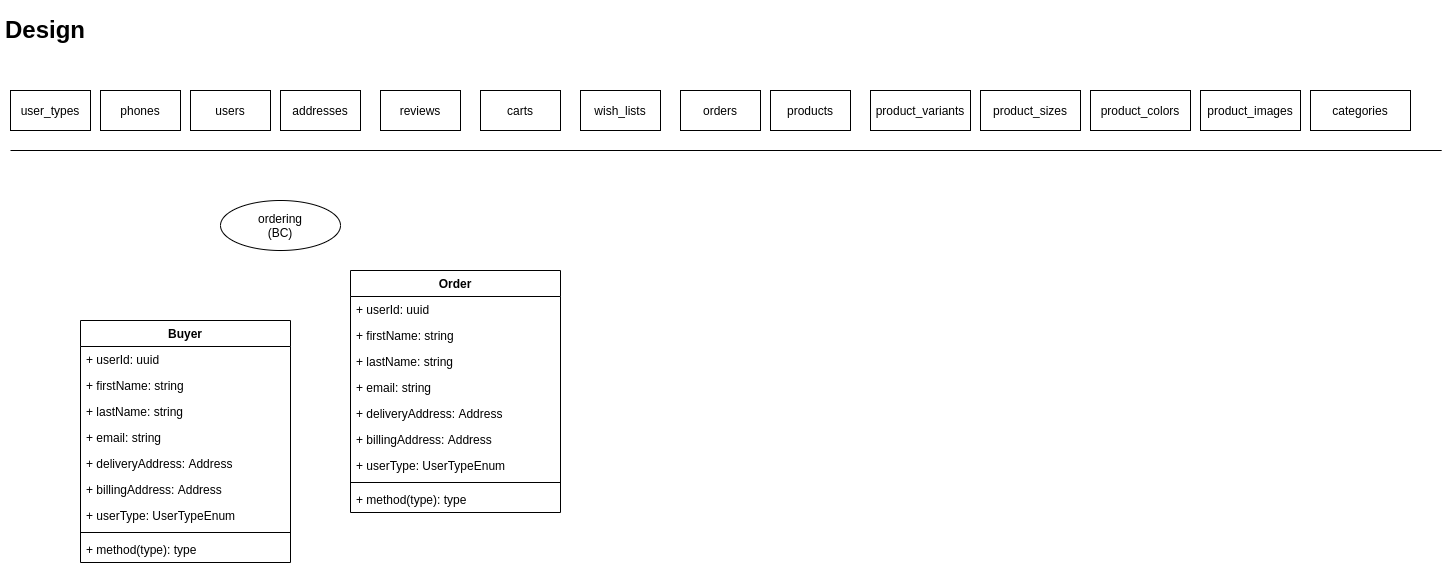
Earlier version of the draw.io export backend-uml.png (stsiwo/e-commerce-starter-kits). Source tidied: cells renumbered, new cells last; positions are measured from the earlier drawing's top-left corner, leaving out a move shared by most shapes. Its diagram source:
```xml
<mxGraphModel background="#FFFFFF">
  <root>
    <mxCell id="0" />
    <mxCell id="1" parent="0" />
    <mxCell id="2" value="&lt;h1&gt;Design&lt;/h1&gt;&lt;p&gt;&lt;br&gt;&lt;/p&gt;" style="text;html=1;strokeColor=none;fillColor=none;spacing=5;spacingTop=-20;whiteSpace=wrap;overflow=hidden;rounded=0;" parent="1" vertex="1">
      <mxGeometry width="90" height="40" as="geometry" />
    </mxCell>
    <mxCell id="3" style="endArrow=none;html=1;" parent="1" edge="1">
      <mxGeometry relative="1" as="geometry">
        <mxPoint x="10" y="140" as="sourcePoint" />
        <mxPoint x="1441.2" y="140" as="targetPoint" />
      </mxGeometry>
    </mxCell>
    <mxCell id="4" value="user_types" style="rounded=0;whiteSpace=wrap;html=1;" parent="1" vertex="1">
      <mxGeometry x="10" y="80" width="80" height="40" as="geometry" />
    </mxCell>
    <mxCell id="5" value="phones" style="rounded=0;whiteSpace=wrap;html=1;" parent="1" vertex="1">
      <mxGeometry x="100" y="80" width="80" height="40" as="geometry" />
    </mxCell>
    <mxCell id="6" value="users" style="rounded=0;whiteSpace=wrap;html=1;" parent="1" vertex="1">
      <mxGeometry x="190" y="80" width="80" height="40" as="geometry" />
    </mxCell>
    <mxCell id="7" value="addresses" style="rounded=0;whiteSpace=wrap;html=1;" parent="1" vertex="1">
      <mxGeometry x="280" y="80" width="80" height="40" as="geometry" />
    </mxCell>
    <mxCell id="8" value="reviews" style="rounded=0;whiteSpace=wrap;html=1;" parent="1" vertex="1">
      <mxGeometry x="380" y="80" width="80" height="40" as="geometry" />
    </mxCell>
    <mxCell id="9" value="carts" style="rounded=0;whiteSpace=wrap;html=1;" parent="1" vertex="1">
      <mxGeometry x="480" y="80" width="80" height="40" as="geometry" />
    </mxCell>
    <mxCell id="10" value="wish_lists" style="rounded=0;whiteSpace=wrap;html=1;" parent="1" vertex="1">
      <mxGeometry x="580" y="80" width="80" height="40" as="geometry" />
    </mxCell>
    <mxCell id="11" value="orders" style="rounded=0;whiteSpace=wrap;html=1;" parent="1" vertex="1">
      <mxGeometry x="680" y="80" width="80" height="40" as="geometry" />
    </mxCell>
    <mxCell id="12" value="products" style="rounded=0;whiteSpace=wrap;html=1;" parent="1" vertex="1">
      <mxGeometry x="770" y="80" width="80" height="40" as="geometry" />
    </mxCell>
    <mxCell id="13" value="product_variants" style="rounded=0;whiteSpace=wrap;html=1;" parent="1" vertex="1">
      <mxGeometry x="870" y="80" width="100" height="40" as="geometry" />
    </mxCell>
    <mxCell id="14" value="product_sizes" style="rounded=0;whiteSpace=wrap;html=1;" parent="1" vertex="1">
      <mxGeometry x="980" y="80" width="100" height="40" as="geometry" />
    </mxCell>
    <mxCell id="15" value="product_colors" style="rounded=0;whiteSpace=wrap;html=1;" parent="1" vertex="1">
      <mxGeometry x="1090" y="80" width="100" height="40" as="geometry" />
    </mxCell>
    <mxCell id="16" value="product_images" style="rounded=0;whiteSpace=wrap;html=1;" parent="1" vertex="1">
      <mxGeometry x="1200" y="80" width="100" height="40" as="geometry" />
    </mxCell>
    <mxCell id="17" value="categories" style="rounded=0;whiteSpace=wrap;html=1;" parent="1" vertex="1">
      <mxGeometry x="1310" y="80" width="100" height="40" as="geometry" />
    </mxCell>
    <mxCell id="18" value="ordering&lt;br&gt;(BC)" style="ellipse;whiteSpace=wrap;html=1;" parent="1" vertex="1">
      <mxGeometry x="220" y="190" width="120" height="50" as="geometry" />
    </mxCell>
    <mxCell id="19" value="Buyer" style="swimlane;fontStyle=1;align=center;verticalAlign=top;horizontal=1;startSize=26;" parent="1" vertex="1">
      <mxGeometry x="80" y="310" width="210" height="242" as="geometry" />
    </mxCell>
    <mxCell id="20" value="+ userId: uuid " style="text;strokeColor=none;fillColor=none;align=left;verticalAlign=top;spacingLeft=4;spacingRight=4;overflow=hidden;" parent="19" vertex="1">
      <mxGeometry y="26" width="210" height="26" as="geometry" />
    </mxCell>
    <mxCell id="21" value="+ firstName: string" style="text;strokeColor=none;fillColor=none;align=left;verticalAlign=top;spacingLeft=4;spacingRight=4;overflow=hidden;" parent="19" vertex="1">
      <mxGeometry y="52" width="210" height="26" as="geometry" />
    </mxCell>
    <mxCell id="22" value="+ lastName: string" style="text;strokeColor=none;fillColor=none;align=left;verticalAlign=top;spacingLeft=4;spacingRight=4;overflow=hidden;" parent="19" vertex="1">
      <mxGeometry y="78" width="210" height="26" as="geometry" />
    </mxCell>
    <mxCell id="23" value="+ email: string" style="text;strokeColor=none;fillColor=none;align=left;verticalAlign=top;spacingLeft=4;spacingRight=4;overflow=hidden;" parent="19" vertex="1">
      <mxGeometry y="104" width="210" height="26" as="geometry" />
    </mxCell>
    <mxCell id="24" value="+ deliveryAddress: Address" style="text;strokeColor=none;fillColor=none;align=left;verticalAlign=top;spacingLeft=4;spacingRight=4;overflow=hidden;" parent="19" vertex="1">
      <mxGeometry y="130" width="210" height="26" as="geometry" />
    </mxCell>
    <mxCell id="25" value="+ billingAddress: Address" style="text;strokeColor=none;fillColor=none;align=left;verticalAlign=top;spacingLeft=4;spacingRight=4;overflow=hidden;" parent="19" vertex="1">
      <mxGeometry y="156" width="210" height="26" as="geometry" />
    </mxCell>
    <mxCell id="26" value="+ userType: UserTypeEnum" style="text;strokeColor=none;fillColor=none;align=left;verticalAlign=top;spacingLeft=4;spacingRight=4;overflow=hidden;" parent="19" vertex="1">
      <mxGeometry y="182" width="210" height="26" as="geometry" />
    </mxCell>
    <mxCell id="27" style="line;strokeWidth=1;fillColor=none;align=left;verticalAlign=middle;spacingTop=-1;spacingLeft=3;spacingRight=3;labelPosition=right;" parent="19" vertex="1">
      <mxGeometry y="208" width="210" height="8" as="geometry" />
    </mxCell>
    <mxCell id="28" value="+ method(type): type" style="text;strokeColor=none;fillColor=none;align=left;verticalAlign=top;spacingLeft=4;spacingRight=4;overflow=hidden;" parent="19" vertex="1">
      <mxGeometry y="216" width="210" height="26" as="geometry" />
    </mxCell>
    <mxCell id="29" value="Order" style="swimlane;fontStyle=1;align=center;verticalAlign=top;horizontal=1;startSize=26;" parent="1" vertex="1">
      <mxGeometry x="350" y="260" width="210" height="242" as="geometry" />
    </mxCell>
    <mxCell id="30" value="+ userId: uuid " style="text;strokeColor=none;fillColor=none;align=left;verticalAlign=top;spacingLeft=4;spacingRight=4;overflow=hidden;" parent="29" vertex="1">
      <mxGeometry y="26" width="210" height="26" as="geometry" />
    </mxCell>
    <mxCell id="31" value="+ firstName: string" style="text;strokeColor=none;fillColor=none;align=left;verticalAlign=top;spacingLeft=4;spacingRight=4;overflow=hidden;" parent="29" vertex="1">
      <mxGeometry y="52" width="210" height="26" as="geometry" />
    </mxCell>
    <mxCell id="32" value="+ lastName: string" style="text;strokeColor=none;fillColor=none;align=left;verticalAlign=top;spacingLeft=4;spacingRight=4;overflow=hidden;" parent="29" vertex="1">
      <mxGeometry y="78" width="210" height="26" as="geometry" />
    </mxCell>
    <mxCell id="33" value="+ email: string" style="text;strokeColor=none;fillColor=none;align=left;verticalAlign=top;spacingLeft=4;spacingRight=4;overflow=hidden;" parent="29" vertex="1">
      <mxGeometry y="104" width="210" height="26" as="geometry" />
    </mxCell>
    <mxCell id="34" value="+ deliveryAddress: Address" style="text;strokeColor=none;fillColor=none;align=left;verticalAlign=top;spacingLeft=4;spacingRight=4;overflow=hidden;" parent="29" vertex="1">
      <mxGeometry y="130" width="210" height="26" as="geometry" />
    </mxCell>
    <mxCell id="35" value="+ billingAddress: Address" style="text;strokeColor=none;fillColor=none;align=left;verticalAlign=top;spacingLeft=4;spacingRight=4;overflow=hidden;" parent="29" vertex="1">
      <mxGeometry y="156" width="210" height="26" as="geometry" />
    </mxCell>
    <mxCell id="36" value="+ userType: UserTypeEnum" style="text;strokeColor=none;fillColor=none;align=left;verticalAlign=top;spacingLeft=4;spacingRight=4;overflow=hidden;" parent="29" vertex="1">
      <mxGeometry y="182" width="210" height="26" as="geometry" />
    </mxCell>
    <mxCell id="37" style="line;strokeWidth=1;fillColor=none;align=left;verticalAlign=middle;spacingTop=-1;spacingLeft=3;spacingRight=3;labelPosition=right;" parent="29" vertex="1">
      <mxGeometry y="208" width="210" height="8" as="geometry" />
    </mxCell>
    <mxCell id="38" value="+ method(type): type" style="text;strokeColor=none;fillColor=none;align=left;verticalAlign=top;spacingLeft=4;spacingRight=4;overflow=hidden;" parent="29" vertex="1">
      <mxGeometry y="216" width="210" height="26" as="geometry" />
    </mxCell>
  </root>
</mxGraphModel>
```
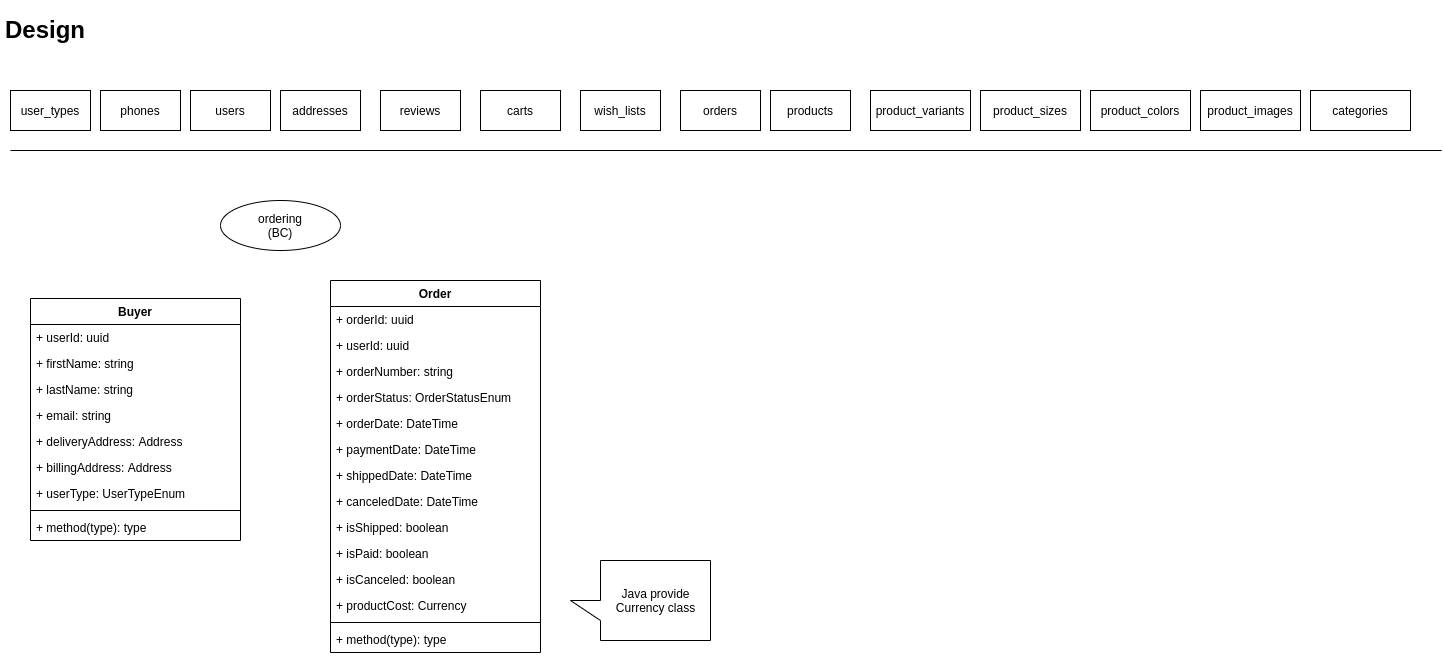
After the change.

The edit, as a diff of the source:
```diff
@@ -57,7 +57,7 @@
       <mxGeometry x="220" y="190" width="120" height="50" as="geometry" />
     </mxCell>
     <mxCell id="19" value="Buyer" style="swimlane;fontStyle=1;align=center;verticalAlign=top;horizontal=1;startSize=26;" parent="1" vertex="1">
-      <mxGeometry x="80" y="310" width="210" height="242" as="geometry" />
+      <mxGeometry x="30" y="288" width="210" height="242" as="geometry" />
     </mxCell>
     <mxCell id="20" value="+ userId: uuid " style="text;strokeColor=none;fillColor=none;align=left;verticalAlign=top;spacingLeft=4;spacingRight=4;overflow=hidden;" parent="19" vertex="1">
       <mxGeometry y="26" width="210" height="26" as="geometry" />
@@ -87,34 +87,52 @@
       <mxGeometry y="216" width="210" height="26" as="geometry" />
     </mxCell>
     <mxCell id="29" value="Order" style="swimlane;fontStyle=1;align=center;verticalAlign=top;horizontal=1;startSize=26;" parent="1" vertex="1">
-      <mxGeometry x="350" y="260" width="210" height="242" as="geometry" />
+      <mxGeometry x="330" y="270" width="210" height="372" as="geometry" />
     </mxCell>
-    <mxCell id="30" value="+ userId: uuid " style="text;strokeColor=none;fillColor=none;align=left;verticalAlign=top;spacingLeft=4;spacingRight=4;overflow=hidden;" parent="29" vertex="1">
+    <mxCell id="30" value="+ orderId: uuid " style="text;strokeColor=none;fillColor=none;align=left;verticalAlign=top;spacingLeft=4;spacingRight=4;overflow=hidden;" parent="29" vertex="1">
       <mxGeometry y="26" width="210" height="26" as="geometry" />
     </mxCell>
-    <mxCell id="31" value="+ firstName: string" style="text;strokeColor=none;fillColor=none;align=left;verticalAlign=top;spacingLeft=4;spacingRight=4;overflow=hidden;" parent="29" vertex="1">
+    <mxCell id="31" value="+ userId: uuid" style="text;strokeColor=none;fillColor=none;align=left;verticalAlign=top;spacingLeft=4;spacingRight=4;overflow=hidden;" parent="29" vertex="1">
       <mxGeometry y="52" width="210" height="26" as="geometry" />
     </mxCell>
-    <mxCell id="32" value="+ lastName: string" style="text;strokeColor=none;fillColor=none;align=left;verticalAlign=top;spacingLeft=4;spacingRight=4;overflow=hidden;" parent="29" vertex="1">
+    <mxCell id="32" value="+ orderNumber: string" style="text;strokeColor=none;fillColor=none;align=left;verticalAlign=top;spacingLeft=4;spacingRight=4;overflow=hidden;" parent="29" vertex="1">
       <mxGeometry y="78" width="210" height="26" as="geometry" />
     </mxCell>
-    <mxCell id="33" value="+ email: string" style="text;strokeColor=none;fillColor=none;align=left;verticalAlign=top;spacingLeft=4;spacingRight=4;overflow=hidden;" parent="29" vertex="1">
+    <mxCell id="33" value="+ orderStatus: OrderStatusEnum" style="text;strokeColor=none;fillColor=none;align=left;verticalAlign=top;spacingLeft=4;spacingRight=4;overflow=hidden;" parent="29" vertex="1">
       <mxGeometry y="104" width="210" height="26" as="geometry" />
     </mxCell>
-    <mxCell id="34" value="+ deliveryAddress: Address" style="text;strokeColor=none;fillColor=none;align=left;verticalAlign=top;spacingLeft=4;spacingRight=4;overflow=hidden;" parent="29" vertex="1">
+    <mxCell id="34" value="+ orderDate: DateTime" style="text;strokeColor=none;fillColor=none;align=left;verticalAlign=top;spacingLeft=4;spacingRight=4;overflow=hidden;" parent="29" vertex="1">
       <mxGeometry y="130" width="210" height="26" as="geometry" />
     </mxCell>
-    <mxCell id="35" value="+ billingAddress: Address" style="text;strokeColor=none;fillColor=none;align=left;verticalAlign=top;spacingLeft=4;spacingRight=4;overflow=hidden;" parent="29" vertex="1">
+    <mxCell id="35" value="+ paymentDate: DateTime" style="text;strokeColor=none;fillColor=none;align=left;verticalAlign=top;spacingLeft=4;spacingRight=4;overflow=hidden;" parent="29" vertex="1">
       <mxGeometry y="156" width="210" height="26" as="geometry" />
     </mxCell>
-    <mxCell id="36" value="+ userType: UserTypeEnum" style="text;strokeColor=none;fillColor=none;align=left;verticalAlign=top;spacingLeft=4;spacingRight=4;overflow=hidden;" parent="29" vertex="1">
+    <mxCell id="36" value="+ shippedDate: DateTime" style="text;strokeColor=none;fillColor=none;align=left;verticalAlign=top;spacingLeft=4;spacingRight=4;overflow=hidden;" parent="29" vertex="1">
       <mxGeometry y="182" width="210" height="26" as="geometry" />
     </mxCell>
+    <mxCell id="39" value="+ canceledDate: DateTime" style="text;strokeColor=none;fillColor=none;align=left;verticalAlign=top;spacingLeft=4;spacingRight=4;overflow=hidden;" parent="29" vertex="1">
+      <mxGeometry y="208" width="210" height="26" as="geometry" />
+    </mxCell>
+    <mxCell id="40" value="+ isShipped: boolean" style="text;strokeColor=none;fillColor=none;align=left;verticalAlign=top;spacingLeft=4;spacingRight=4;overflow=hidden;" parent="29" vertex="1">
+      <mxGeometry y="234" width="210" height="26" as="geometry" />
+    </mxCell>
+    <mxCell id="41" value="+ isPaid: boolean" style="text;strokeColor=none;fillColor=none;align=left;verticalAlign=top;spacingLeft=4;spacingRight=4;overflow=hidden;" parent="29" vertex="1">
+      <mxGeometry y="260" width="210" height="26" as="geometry" />
+    </mxCell>
+    <mxCell id="42" value="+ isCanceled: boolean" style="text;strokeColor=none;fillColor=none;align=left;verticalAlign=top;spacingLeft=4;spacingRight=4;overflow=hidden;" parent="29" vertex="1">
+      <mxGeometry y="286" width="210" height="26" as="geometry" />
+    </mxCell>
+    <mxCell id="43" value="+ productCost: Currency" style="text;strokeColor=none;fillColor=none;align=left;verticalAlign=top;spacingLeft=4;spacingRight=4;overflow=hidden;" parent="29" vertex="1">
+      <mxGeometry y="312" width="210" height="26" as="geometry" />
+    </mxCell>
     <mxCell id="37" style="line;strokeWidth=1;fillColor=none;align=left;verticalAlign=middle;spacingTop=-1;spacingLeft=3;spacingRight=3;labelPosition=right;" parent="29" vertex="1">
-      <mxGeometry y="208" width="210" height="8" as="geometry" />
+      <mxGeometry y="338" width="210" height="8" as="geometry" />
     </mxCell>
     <mxCell id="38" value="+ method(type): type" style="text;strokeColor=none;fillColor=none;align=left;verticalAlign=top;spacingLeft=4;spacingRight=4;overflow=hidden;" parent="29" vertex="1">
-      <mxGeometry y="216" width="210" height="26" as="geometry" />
+      <mxGeometry y="346" width="210" height="26" as="geometry" />
     </mxCell>
+    <mxCell id="44" value="Java provide &lt;a href=&quot;https://stackoverflow.com/questions/8148684/what-data-type-to-use-for-money-in-java&quot;&gt;Currency class&lt;/a&gt;" style="shape=callout;whiteSpace=wrap;html=1;perimeter=calloutPerimeter;direction=south;" parent="1" vertex="1">
+      <mxGeometry x="570" y="550" width="140" height="80" as="geometry" />
+    </mxCell>
   </root>
 </mxGraphModel>
```
